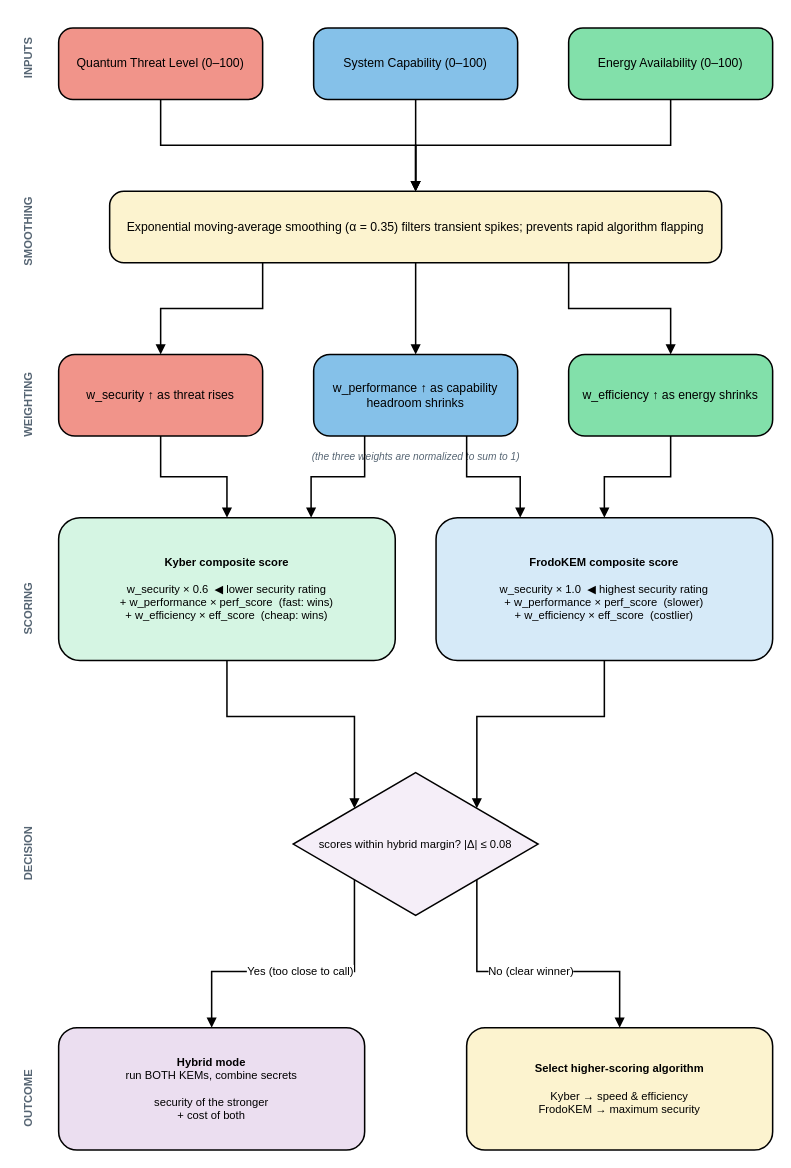
The draw.io diagram figures/Figure 6 - Q-Safe Decision Logic.drawio in nikhi-s/QSafe-Lattice, before the edit. Source tidied: cells renumbered, new cells numbered last; positions are measured from the earlier drawing's top-left corner, leaving out a move shared by most shapes. Both pictures are drawn from the tidied source at 102%, with x=0, y=0 at pixel (-13, 28).
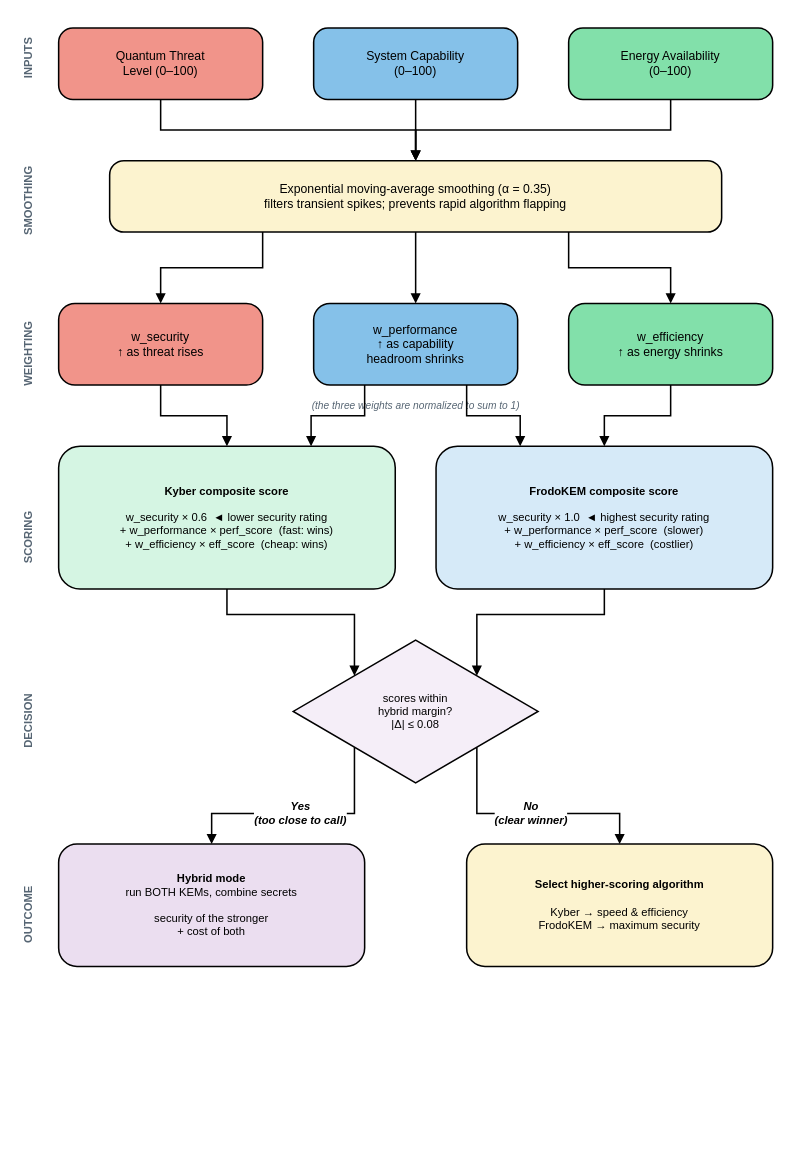
After the change.

Change to the diagram source:
```diff
@@
     <mxCell id="3" value="SMOOTHING" style="text;html=1;align=center;verticalAlign=middle;rotation=-90;fontSize=11;fontStyle=1;fontColor=#566573;" parent="1" vertex="1">
-      <mxGeometry y="190" width="80" height="20" as="geometry" />
+      <mxGeometry y="160" width="80" height="20" as="geometry" />
     </mxCell>
     <mxCell id="4" value="WEIGHTING" style="text;html=1;align=center;verticalAlign=middle;rotation=-90;fontSize=11;fontStyle=1;fontColor=#566573;" parent="1" vertex="1">
-      <mxGeometry y="360" width="80" height="20" as="geometry" />
+      <mxGeometry y="310" width="80" height="20" as="geometry" />
     </mxCell>
     <mxCell id="5" value="SCORING" style="text;html=1;align=center;verticalAlign=middle;rotation=-90;fontSize=11;fontStyle=1;fontColor=#566573;" parent="1" vertex="1">
-      <mxGeometry y="560" width="80" height="20" as="geometry" />
+      <mxGeometry y="490" width="80" height="20" as="geometry" />
     </mxCell>
     <mxCell id="6" value="DECISION" style="text;html=1;align=center;verticalAlign=middle;rotation=-90;fontSize=11;fontStyle=1;fontColor=#566573;" parent="1" vertex="1">
-      <mxGeometry y="800" width="80" height="20" as="geometry" />
+      <mxGeometry y="670" width="80" height="20" as="geometry" />
     </mxCell>
     <mxCell id="7" value="OUTCOME" style="text;html=1;align=center;verticalAlign=middle;rotation=-90;fontSize=11;fontStyle=1;fontColor=#566573;" parent="1" vertex="1">
-      <mxGeometry y="1040" width="80" height="20" as="geometry" />
+      <mxGeometry y="860" width="80" height="20" as="geometry" />
     </mxCell>
-    <mxCell id="8" value="Quantum Threat Level (0–100)" style="rounded=1;whiteSpace=wrap;html=1;fillColor=#F1948A;strokeColor=#000000;strokeWidth=1.5;fontSize=12;arcSize=20;" parent="1" vertex="1">
+    <mxCell id="8" value="Quantum Threat&#10;Level (0–100)" style="rounded=1;whiteSpace=wrap;html=1;fillColor=#F1948A;strokeColor=#000000;strokeWidth=1.5;fontSize=12;arcSize=20;" parent="1" vertex="1">
       <mxGeometry x="70" width="200" height="70" as="geometry" />
     </mxCell>
-    <mxCell id="9" value="System Capability (0–100)" style="rounded=1;whiteSpace=wrap;html=1;fillColor=#85C1E9;strokeColor=#000000;strokeWidth=1.5;fontSize=12;arcSize=20;" parent="1" vertex="1">
+    <mxCell id="9" value="System Capability&#10;(0–100)" style="rounded=1;whiteSpace=wrap;html=1;fillColor=#85C1E9;strokeColor=#000000;strokeWidth=1.5;fontSize=12;arcSize=20;" parent="1" vertex="1">
       <mxGeometry x="320" width="200" height="70" as="geometry" />
     </mxCell>
-    <mxCell id="10" value="Energy Availability (0–100)" style="rounded=1;whiteSpace=wrap;html=1;fillColor=#82E0AA;strokeColor=#000000;strokeWidth=1.5;fontSize=12;arcSize=20;" parent="1" vertex="1">
+    <mxCell id="10" value="Energy Availability&#10;(0–100)" style="rounded=1;whiteSpace=wrap;html=1;fillColor=#82E0AA;strokeColor=#000000;strokeWidth=1.5;fontSize=12;arcSize=20;" parent="1" vertex="1">
       <mxGeometry x="570" width="200" height="70" as="geometry" />
     </mxCell>
-    <mxCell id="11" value="Exponential moving-average smoothing (α = 0.35) filters transient spikes; prevents rapid algorithm flapping" style="rounded=1;whiteSpace=wrap;html=1;fillColor=#FCF3CF;strokeColor=#000000;strokeWidth=1.5;fontSize=12;arcSize=20;" parent="1" vertex="1">
-      <mxGeometry x="120" y="160" width="600" height="70" as="geometry" />
+    <mxCell id="11" value="Exponential moving-average smoothing (α = 0.35)&#10;filters transient spikes; prevents rapid algorithm flapping" style="rounded=1;whiteSpace=wrap;html=1;fillColor=#FCF3CF;strokeColor=#000000;strokeWidth=1.5;fontSize=12;arcSize=20;" parent="1" vertex="1">
+      <mxGeometry x="120" y="130" width="600" height="70" as="geometry" />
     </mxCell>
-    <mxCell id="12" value="w_security ↑ as threat rises" style="rounded=1;whiteSpace=wrap;html=1;fillColor=#F1948A;strokeColor=#000000;strokeWidth=1.5;fontSize=12;arcSize=20;" parent="1" vertex="1">
-      <mxGeometry x="70" y="320" width="200" height="80" as="geometry" />
+    <mxCell id="12" value="w_security&#10;↑ as threat rises" style="rounded=1;whiteSpace=wrap;html=1;fillColor=#F1948A;strokeColor=#000000;strokeWidth=1.5;fontSize=12;arcSize=20;" parent="1" vertex="1">
+      <mxGeometry x="70" y="270" width="200" height="80" as="geometry" />
     </mxCell>
-    <mxCell id="13" value="w_performance ↑ as capability headroom shrinks" style="rounded=1;whiteSpace=wrap;html=1;fillColor=#85C1E9;strokeColor=#000000;strokeWidth=1.5;fontSize=12;arcSize=20;" parent="1" vertex="1">
-      <mxGeometry x="320" y="320" width="200" height="80" as="geometry" />
+    <mxCell id="13" value="w_performance&#10;↑ as capability&#10;headroom shrinks" style="rounded=1;whiteSpace=wrap;html=1;fillColor=#85C1E9;strokeColor=#000000;strokeWidth=1.5;fontSize=12;arcSize=20;" parent="1" vertex="1">
+      <mxGeometry x="320" y="270" width="200" height="80" as="geometry" />
     </mxCell>
-    <mxCell id="14" value="w_efficiency ↑ as energy shrinks" style="rounded=1;whiteSpace=wrap;html=1;fillColor=#82E0AA;strokeColor=#000000;strokeWidth=1.5;fontSize=12;arcSize=20;" parent="1" vertex="1">
-      <mxGeometry x="570" y="320" width="200" height="80" as="geometry" />
+    <mxCell id="14" value="w_efficiency&#10;↑ as energy shrinks" style="rounded=1;whiteSpace=wrap;html=1;fillColor=#82E0AA;strokeColor=#000000;strokeWidth=1.5;fontSize=12;arcSize=20;" parent="1" vertex="1">
+      <mxGeometry x="570" y="270" width="200" height="80" as="geometry" />
     </mxCell>
     <mxCell id="15" value="(the three weights are normalized to sum to 1)" style="text;html=1;align=center;verticalAlign=middle;fontSize=10;fontStyle=2;fontColor=#566573;" parent="1" vertex="1">
-      <mxGeometry x="270" y="410" width="300" height="20" as="geometry" />
+      <mxGeometry x="270" y="360" width="300" height="20" as="geometry" />
     </mxCell>
-    <mxCell id="16" value="&lt;b&gt;Kyber composite score&lt;/b&gt;&lt;br&gt;&lt;br&gt;w_security × 0.6&amp;nbsp;&amp;nbsp;◀ lower security rating&lt;br&gt;+ w_performance × perf_score&amp;nbsp;&amp;nbsp;(fast: wins)&lt;br&gt;+ w_efficiency × eff_score&amp;nbsp;&amp;nbsp;(cheap: wins)" style="rounded=1;whiteSpace=wrap;html=1;fillColor=#D5F5E3;strokeColor=#000000;strokeWidth=1.5;fontSize=11;arcSize=15;" parent="1" vertex="1">
-      <mxGeometry x="70" y="480" width="330" height="140" as="geometry" />
+    <mxCell id="16" value="&lt;b&gt;Kyber composite score&lt;/b&gt;&lt;br&gt;&lt;br&gt;w_security × 0.6&amp;nbsp;&amp;nbsp;◄ lower security rating&lt;br&gt;+ w_performance × perf_score&amp;nbsp;&amp;nbsp;(fast: wins)&lt;br&gt;+ w_efficiency × eff_score&amp;nbsp;&amp;nbsp;(cheap: wins)" style="rounded=1;whiteSpace=wrap;html=1;fillColor=#D5F5E3;strokeColor=#000000;strokeWidth=1.5;fontSize=11;arcSize=15;" parent="1" vertex="1">
+      <mxGeometry x="70" y="410" width="330" height="140" as="geometry" />
     </mxCell>
-    <mxCell id="17" value="&lt;b&gt;FrodoKEM composite score&lt;/b&gt;&lt;br&gt;&lt;br&gt;w_security × 1.0&amp;nbsp;&amp;nbsp;◀ highest security rating&lt;br&gt;+ w_performance × perf_score&amp;nbsp;&amp;nbsp;(slower)&lt;br&gt;+ w_efficiency × eff_score&amp;nbsp;&amp;nbsp;(costlier)" style="rounded=1;whiteSpace=wrap;html=1;fillColor=#D6EAF8;strokeColor=#000000;strokeWidth=1.5;fontSize=11;arcSize=15;" parent="1" vertex="1">
-      <mxGeometry x="440" y="480" width="330" height="140" as="geometry" />
+    <mxCell id="17" value="&lt;b&gt;FrodoKEM composite score&lt;/b&gt;&lt;br&gt;&lt;br&gt;w_security × 1.0&amp;nbsp;&amp;nbsp;◄ highest security rating&lt;br&gt;+ w_performance × perf_score&amp;nbsp;&amp;nbsp;(slower)&lt;br&gt;+ w_efficiency × eff_score&amp;nbsp;&amp;nbsp;(costlier)" style="rounded=1;whiteSpace=wrap;html=1;fillColor=#D6EAF8;strokeColor=#000000;strokeWidth=1.5;fontSize=11;arcSize=15;" parent="1" vertex="1">
+      <mxGeometry x="440" y="410" width="330" height="140" as="geometry" />
     </mxCell>
-    <mxCell id="18" value="scores within hybrid margin? |Δ| ≤ 0.08" style="rhombus;whiteSpace=wrap;html=1;fillColor=#F5EEF8;strokeColor=#000000;strokeWidth=1.5;fontSize=11;" parent="1" vertex="1">
-      <mxGeometry x="300" y="730" width="240" height="140" as="geometry" />
+    <mxCell id="18" value="scores within&#10;hybrid margin?&#10;|Δ| ≤ 0.08" style="rhombus;whiteSpace=wrap;html=1;fillColor=#F5EEF8;strokeColor=#000000;strokeWidth=1.5;fontSize=11;" parent="1" vertex="1">
+      <mxGeometry x="300" y="600" width="240" height="140" as="geometry" />
     </mxCell>
     <mxCell id="19" value="&lt;b&gt;Hybrid mode&lt;/b&gt;&lt;br&gt;run BOTH KEMs, combine secrets&lt;br&gt;&lt;br&gt;security of the stronger&lt;br&gt;+ cost of both" style="rounded=1;whiteSpace=wrap;html=1;fillColor=#EBDEF0;strokeColor=#000000;strokeWidth=1.5;fontSize=11;arcSize=15;" parent="1" vertex="1">
-      <mxGeometry x="70" y="980" width="300" height="120" as="geometry" />
+      <mxGeometry x="70" y="800" width="300" height="120" as="geometry" />
     </mxCell>
     <mxCell id="20" value="&lt;b&gt;Select higher-scoring algorithm&lt;/b&gt;&lt;br&gt;&lt;br&gt;Kyber → speed &amp;amp; efficiency&lt;br&gt;FrodoKEM → maximum security" style="rounded=1;whiteSpace=wrap;html=1;fillColor=#FCF3CF;strokeColor=#000000;strokeWidth=1.5;fontSize=11;arcSize=15;" parent="1" vertex="1">
-      <mxGeometry x="470" y="980" width="300" height="120" as="geometry" />
+      <mxGeometry x="470" y="800" width="300" height="120" as="geometry" />
     </mxCell>
@@
-    <mxCell id="33" value="Yes (too close to call)" style="edgeStyle=orthogonalEdgeStyle;rounded=0;html=1;strokeWidth=1.5;endArrow=block;endFill=1;exitX=0.25;exitY=0.75;exitDx=0;exitDy=0;fontSize=11;" parent="1" edge="1" source="18" target="19">
+    <mxCell id="33" value="&lt;b&gt;&lt;i&gt;Yes&lt;br&gt;(too close to call)&lt;/i&gt;&lt;/b&gt;" style="edgeStyle=orthogonalEdgeStyle;rounded=0;html=1;strokeWidth=1.5;endArrow=block;endFill=1;exitX=0.25;exitY=0.75;exitDx=0;exitDy=0;fontSize=11;" parent="1" edge="1" source="18" target="19">
       <mxGeometry relative="1" as="geometry" />
     </mxCell>
-    <mxCell id="34" value="No (clear winner)" style="edgeStyle=orthogonalEdgeStyle;rounded=0;html=1;strokeWidth=1.5;endArrow=block;endFill=1;exitX=0.75;exitY=0.75;exitDx=0;exitDy=0;fontSize=11;" parent="1" edge="1" source="18" target="20">
+    <mxCell id="34" value="&lt;b&gt;&lt;i&gt;No&lt;br&gt;(clear winner)&lt;/i&gt;&lt;/b&gt;" style="edgeStyle=orthogonalEdgeStyle;rounded=0;html=1;strokeWidth=1.5;endArrow=block;endFill=1;exitX=0.75;exitY=0.75;exitDx=0;exitDy=0;fontSize=11;" parent="1" edge="1" source="18" target="20">
       <mxGeometry relative="1" as="geometry" />
     </mxCell>
```
